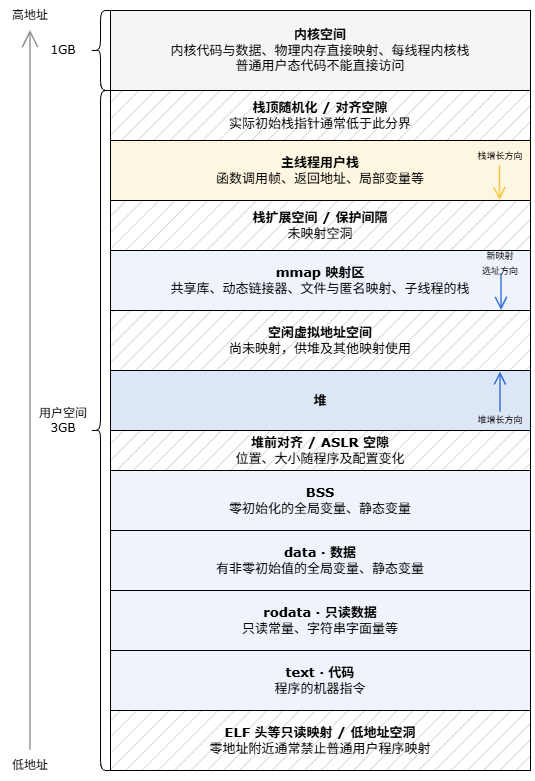
The draw.io diagram os/32位Linux进程虚拟地址空间布局.drawio.png in oHo404/imgrepo, before a commit. Source tidied: cells renumbered, new cells last; positions are measured from the earlier drawing's top-left corner, leaving out a move shared by most shapes.
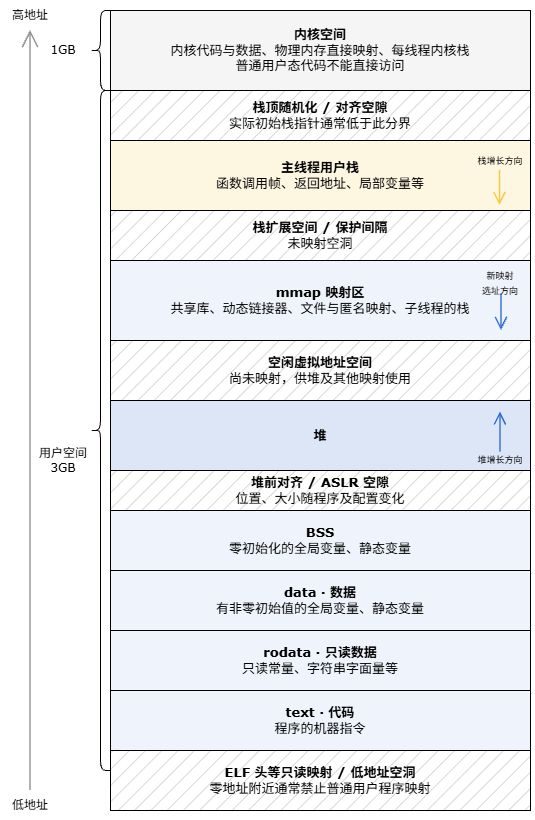
After the change.

Commit message:
更新32位Linux进程虚拟地址空间布局.drawio.png

Diff of the diagram source:
```diff
@@ -3,7 +3,7 @@
     <mxCell id="0" />
     <mxCell id="1" parent="0" />
     <mxCell id="2" value="&lt;font style=&quot;font-size: 13px;&quot; face=&quot;Verdana&quot;&gt;&lt;b&gt;栈顶随机化 / 对齐空隙&lt;/b&gt;&lt;/font&gt;&lt;div&gt;&lt;font style=&quot;font-size: 13px;&quot; face=&quot;Verdana&quot;&gt;实际初始栈指针通常低于此分界&lt;/font&gt;&lt;/div&gt;" style="rounded=0;whiteSpace=wrap;html=1;fillStyle=hatch;fillColor=#CCCCCC;" parent="1" vertex="1">
-      <mxGeometry x="110" y="90" width="420" height="50" as="geometry" />
+      <mxGeometry x="110" y="50" width="420" height="50" as="geometry" />
     </mxCell>
     <mxCell id="3" value="&lt;font style=&quot;font-size: 13px;&quot; face=&quot;Verdana&quot;&gt;&lt;b&gt;ELF 头等只读映射 / 低地址空洞&lt;/b&gt;&lt;/font&gt;&lt;div&gt;&lt;font style=&quot;font-size: 13px;&quot; face=&quot;Verdana&quot;&gt;零地址附近通常禁止普通用户程序映射&lt;/font&gt;&lt;/div&gt;" style="rounded=0;whiteSpace=wrap;html=1;fillStyle=hatch;fillColor=#CCCCCC;" parent="1" vertex="1">
       <mxGeometry x="110" y="710" width="420" height="60" as="geometry" />
@@ -24,16 +24,16 @@
       <mxGeometry x="110" y="430" width="420" height="40" as="geometry" />
     </mxCell>
     <mxCell id="9" value="&lt;b&gt;&lt;font face=&quot;Verdana&quot; style=&quot;font-size: 13px;&quot;&gt;堆&lt;/font&gt;&lt;/b&gt;" style="rounded=0;whiteSpace=wrap;html=1;fillColor=#DDE6F6;" parent="1" vertex="1">
-      <mxGeometry x="110" y="370" width="420" height="60" as="geometry" />
+      <mxGeometry x="110" y="360" width="420" height="70" as="geometry" />
     </mxCell>
     <mxCell id="10" value="&lt;font face=&quot;Verdana&quot; style=&quot;font-size: 13px;&quot;&gt;&lt;b&gt;空闲虚拟地址空间&lt;/b&gt;&lt;/font&gt;&lt;div&gt;&lt;font face=&quot;Verdana&quot; style=&quot;font-size: 13px;&quot;&gt;尚未映射，供堆及其他映射使用&lt;/font&gt;&lt;/div&gt;" style="rounded=0;whiteSpace=wrap;html=1;fillStyle=hatch;fillColor=#CCCCCC;strokeWidth=1;gradientColor=none;" parent="1" vertex="1">
-      <mxGeometry x="110" y="310" width="420" height="60" as="geometry" />
+      <mxGeometry x="110" y="300" width="420" height="60" as="geometry" />
     </mxCell>
     <mxCell id="11" value="&lt;b&gt;&lt;font style=&quot;font-size: 13px;&quot; face=&quot;Verdana&quot;&gt;mmap 映射区&lt;/font&gt;&lt;/b&gt;&lt;div&gt;&lt;font style=&quot;&quot; face=&quot;Verdana&quot;&gt;&lt;span style=&quot;font-size: 13px;&quot;&gt;共享库、动态链接器、文件与匿名映射、子线程的栈&lt;/span&gt;&lt;/font&gt;&lt;/div&gt;" style="rounded=0;whiteSpace=wrap;html=1;fillColor=#EFF3FB;" parent="1" vertex="1">
-      <mxGeometry x="110" y="250" width="420" height="60" as="geometry" />
+      <mxGeometry x="110" y="220" width="420" height="80" as="geometry" />
     </mxCell>
     <mxCell id="12" value="&lt;font style=&quot;font-size: 13px;&quot; face=&quot;Verdana&quot;&gt;&lt;b&gt;栈扩展空间 / 保护间隔&lt;/b&gt;&lt;/font&gt;&lt;div&gt;&lt;font style=&quot;font-size: 13px;&quot; face=&quot;Verdana&quot;&gt;未映射空洞&lt;/font&gt;&lt;/div&gt;" style="rounded=0;whiteSpace=wrap;html=1;fillStyle=hatch;fillColor=#CCCCCC;" parent="1" vertex="1">
-      <mxGeometry x="110" y="200" width="420" height="50" as="geometry" />
+      <mxGeometry x="110" y="170" width="420" height="50" as="geometry" />
     </mxCell>
     <mxCell id="13" style="group;" parent="1" vertex="1">
       <mxGeometry x="470" y="371.5" width="60" height="57" as="geometry" />
@@ -48,7 +48,7 @@
       <mxGeometry y="37" width="60" height="20" as="geometry" />
     </mxCell>
     <mxCell id="16" style="group;" parent="1" vertex="1">
-      <mxGeometry x="470" y="250" width="60" height="60" as="geometry" />
+      <mxGeometry x="470" y="230" width="60" height="60" as="geometry" />
     </mxCell>
     <mxCell id="17" style="edgeStyle=none;rounded=0;html=0;endArrow=open;endFill=0;endSize=10;strokeColor=#2E6FD1;strokeWidth=1.5;" parent="16" edge="1">
       <mxGeometry relative="1" as="geometry">
@@ -60,10 +60,10 @@
       <mxGeometry width="60" height="23.7" as="geometry" />
     </mxCell>
     <mxCell id="19" value="&lt;font style=&quot;font-size: 13px;&quot; face=&quot;Verdana&quot;&gt;&lt;b&gt;主线程用户栈&lt;/b&gt;&lt;/font&gt;&lt;div&gt;&lt;font style=&quot;font-size: 13px;&quot; face=&quot;Verdana&quot;&gt;函数调用帧、返回地址、局部变量等&lt;/font&gt;&lt;/div&gt;" style="rounded=0;whiteSpace=wrap;html=1;fillColor=#FDF6E1;strokeColor=#000000;" parent="1" vertex="1">
-      <mxGeometry x="110" y="140" width="420" height="60" as="geometry" />
+      <mxGeometry x="110" y="100" width="420" height="70" as="geometry" />
     </mxCell>
     <mxCell id="20" style="group;" parent="1" vertex="1">
-      <mxGeometry x="465" y="140" width="70" height="60" as="geometry" />
+      <mxGeometry x="465" y="105" width="70" height="60" as="geometry" />
     </mxCell>
     <mxCell id="21" style="edgeStyle=none;rounded=0;html=0;endArrow=open;endFill=0;endSize=10;strokeColor=#F4C943;strokeWidth=1.5;" parent="20" edge="1">
       <mxGeometry relative="1" as="geometry">
@@ -74,14 +74,9 @@
     <mxCell id="22" value="&lt;font style=&quot;font-size: 9px;&quot;&gt;栈增长方向&lt;/font&gt;" style="text;html=1;whiteSpace=wrap;strokeColor=none;fillColor=none;align=center;verticalAlign=middle;rounded=0;" parent="20" vertex="1">
       <mxGeometry width="70" height="30" as="geometry" />
     </mxCell>
-    <mxCell id="23" style="edgeStyle=none;rounded=0;html=0;endArrow=open;endFill=0;endSize=14;strokeColor=#8E8F90;strokeWidth=1.5;exitX=0.5;exitY=0;exitDx=0;exitDy=0;" parent="1" edge="1" source="26">
-      <mxGeometry relative="1" as="geometry">
-        <mxPoint x="30" y="30" as="targetPoint" />
-      </mxGeometry>
+    <mxCell id="23" style="edgeStyle=none;rounded=0;html=0;endArrow=open;endFill=0;endSize=14;strokeColor=#8E8F90;strokeWidth=1.5;exitX=0.5;exitY=0;exitDx=0;exitDy=0;entryX=0.5;entryY=1;entryDx=0;entryDy=0;" parent="1" edge="1" source="26" target="27">
+      <mxGeometry relative="1" as="geometry" />
     </mxCell>
-    <mxCell id="24" style="shape=curlyBracket;whiteSpace=wrap;html=1;rounded=1;labelPosition=left;verticalLabelPosition=middle;align=right;verticalAlign=middle;" parent="1" vertex="1">
-      <mxGeometry x="90" y="90" width="20" height="680" as="geometry" />
-    </mxCell>
     <mxCell id="25" value="&lt;font face=&quot;Verdana&quot;&gt;用户空间&lt;/font&gt;&lt;div&gt;&lt;font face=&quot;Verdana&quot;&gt;3GB&lt;/font&gt;&lt;/div&gt;" style="text;html=1;whiteSpace=wrap;strokeColor=none;fillColor=none;align=center;verticalAlign=middle;rounded=0;" parent="1" vertex="1">
       <mxGeometry x="33" y="405" width="60" height="30" as="geometry" />
     </mxCell>
@@ -89,13 +84,13 @@
       <mxGeometry y="750" width="60" height="30" as="geometry" />
     </mxCell>
     <mxCell id="27" value="&lt;font face=&quot;Verdana&quot;&gt;高地址&lt;/font&gt;" style="text;html=1;whiteSpace=wrap;strokeColor=none;fillColor=none;align=center;verticalAlign=middle;rounded=0;" parent="1" vertex="1">
-      <mxGeometry width="60" height="30" as="geometry" />
+      <mxGeometry y="-40" width="60" height="30" as="geometry" />
     </mxCell>
     <mxCell id="28" value="&lt;font face=&quot;Verdana&quot;&gt;1GB&lt;/font&gt;" style="text;html=1;whiteSpace=wrap;strokeColor=none;fillColor=none;align=center;verticalAlign=middle;rounded=0;" parent="1" vertex="1">
-      <mxGeometry x="33" y="35" width="60" height="30" as="geometry" />
+      <mxGeometry x="33" y="-5" width="60" height="30" as="geometry" />
     </mxCell>
     <mxCell id="29" style="group;" parent="1" vertex="1">
-      <mxGeometry x="90" y="10" width="440" height="80" as="geometry" />
+      <mxGeometry x="90" y="-30" width="440" height="760" as="geometry" />
     </mxCell>
     <mxCell id="30" value="&lt;font style=&quot;font-size: 13px;&quot; face=&quot;Verdana&quot;&gt;&lt;b&gt;内核空间&lt;/b&gt;&lt;/font&gt;&lt;div&gt;&lt;font style=&quot;font-size: 13px;&quot; face=&quot;Verdana&quot;&gt;内核代码与数据、物理内存直接映射、每线程内核栈&lt;/font&gt;&lt;/div&gt;&lt;div&gt;&lt;font style=&quot;font-size: 13px;&quot; face=&quot;Verdana&quot;&gt;普通用户态代码不能直接访问&lt;/font&gt;&lt;/div&gt;" style="rounded=0;whiteSpace=wrap;html=1;fillColor=#F5F5F5;" parent="29" vertex="1">
       <mxGeometry x="20" width="420" height="80" as="geometry" />
@@ -103,5 +98,8 @@
     <mxCell id="31" style="shape=curlyBracket;whiteSpace=wrap;html=1;rounded=1;labelPosition=left;verticalLabelPosition=middle;align=right;verticalAlign=middle;" parent="29" vertex="1">
       <mxGeometry width="20" height="80" as="geometry" />
     </mxCell>
+    <mxCell id="24" style="shape=curlyBracket;whiteSpace=wrap;html=1;rounded=1;labelPosition=left;verticalLabelPosition=middle;align=right;verticalAlign=middle;" parent="29" vertex="1">
+      <mxGeometry y="80" width="20" height="680" as="geometry" />
+    </mxCell>
   </root>
 </mxGraphModel>
```
